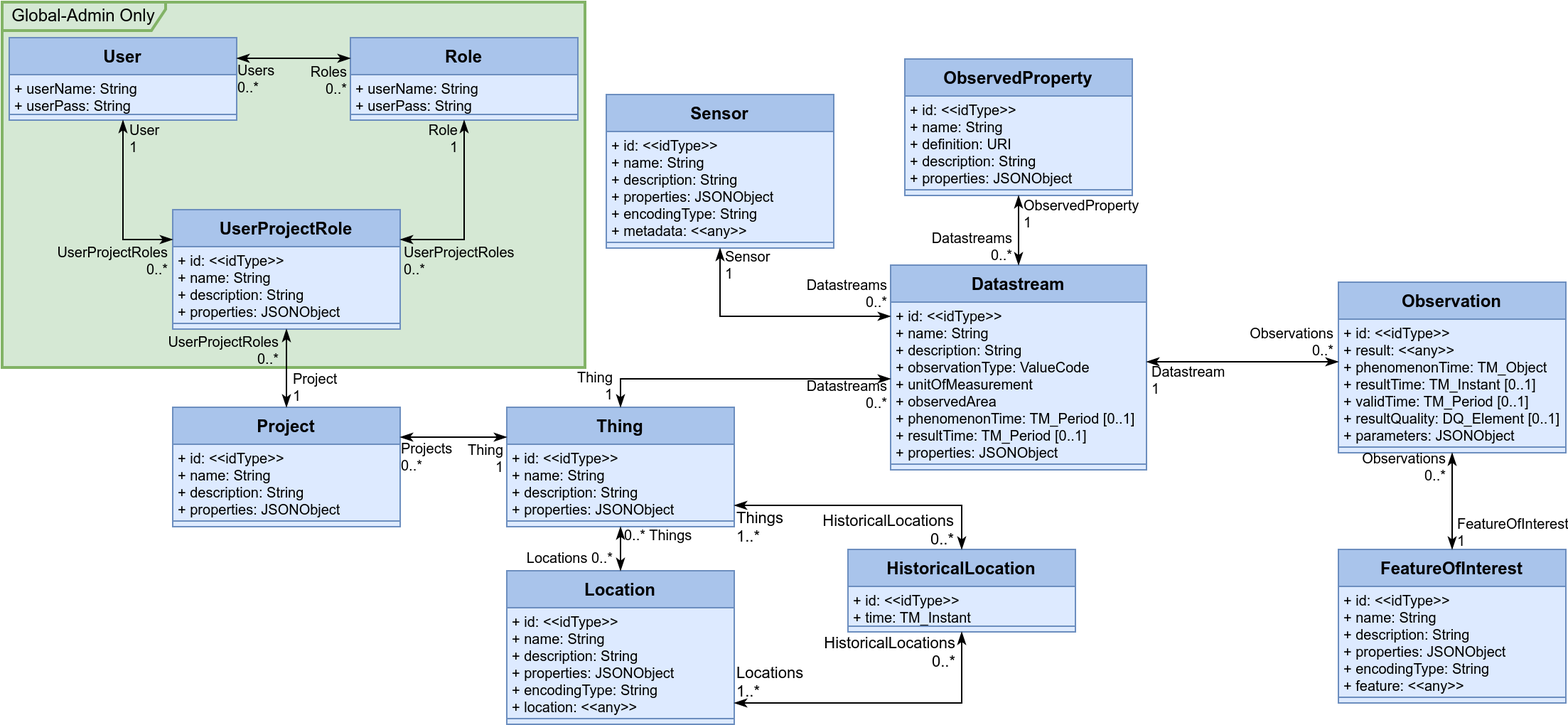
Earlier version of the draw.io export Datamodel-SensorThingsApi-SecurityTest.drawio.png (hylkevds/FROST-Server.Plugin.SecurityTest). Source tidied: cells renumbered, new cells last; positions are measured from the earlier drawing's top-left corner, leaving out a move shared by most shapes.
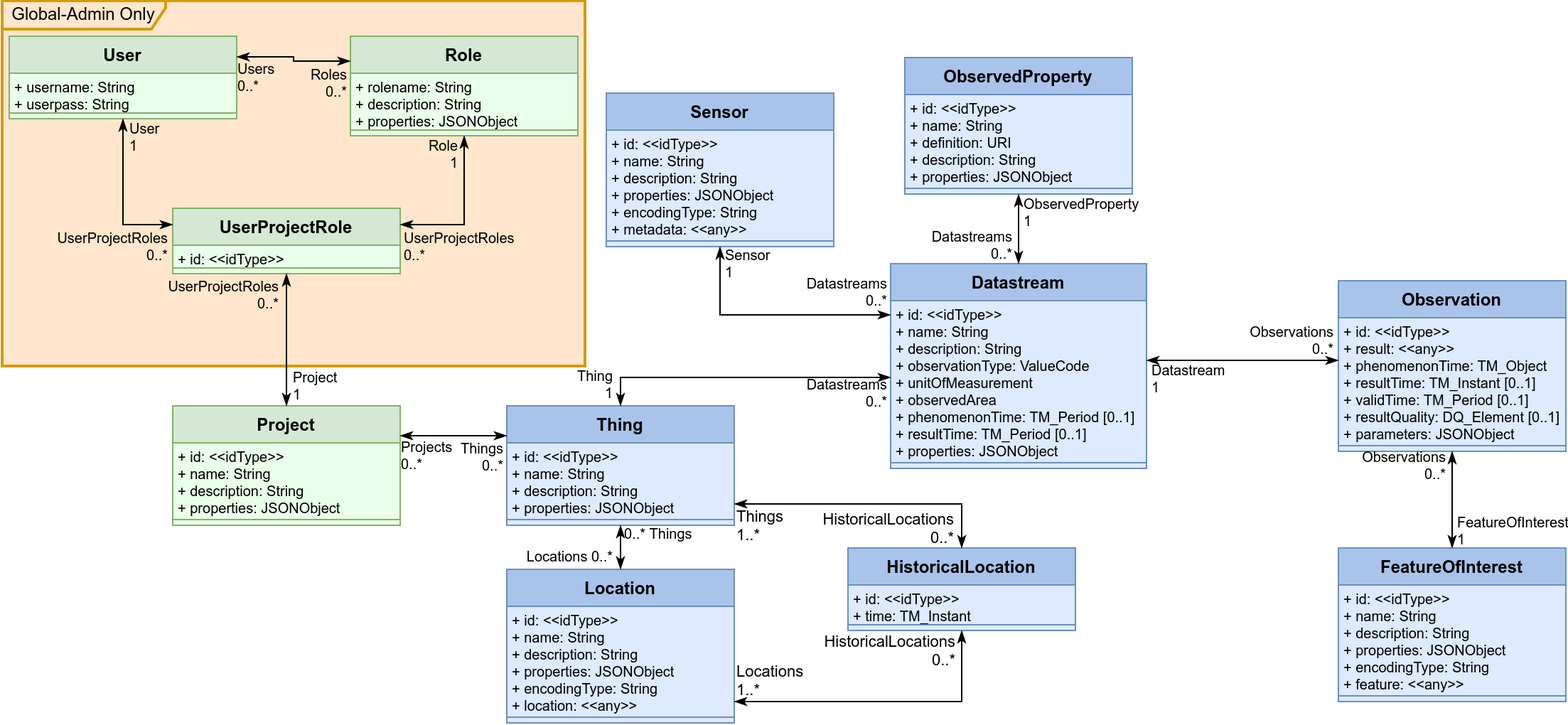
After the commit.

Diff of the diagram source:
```diff
@@ -2,7 +2,7 @@
   <root>
     <mxCell id="0" />
     <mxCell id="1" parent="0" />
-    <mxCell id="2" value="Global-Admin Only" style="shape=umlFrame;whiteSpace=wrap;html=1;width=115;height=20;fillColor=#d5e8d4;strokeColor=#82b366;perimeterSpacing=0;strokeWidth=2;shadow=0;labelBackgroundColor=none;swimlaneFillColor=#D5E8D4;" parent="1" vertex="1">
+    <mxCell id="2" value="Global-Admin Only" style="shape=umlFrame;whiteSpace=wrap;html=1;width=115;height=20;fillColor=#ffe6cc;strokeColor=#d79b00;perimeterSpacing=0;strokeWidth=2;shadow=0;labelBackgroundColor=none;swimlaneFillColor=#FFE6CC;" parent="1" vertex="1">
       <mxGeometry width="410" height="257" as="geometry" />
     </mxCell>
     <mxCell id="3" value="Thing" style="swimlane;fontStyle=1;align=center;verticalAlign=top;horizontal=1;startSize=26;fillColor=#A9C4EB;strokeColor=#6c8ebf;swimlaneFillColor=#DDEAFF;" parent="1" vertex="1">
@@ -290,37 +290,28 @@
         <mxPoint x="-3" y="25" as="offset" />
       </mxGeometry>
     </mxCell>
-    <mxCell id="88" value="UserProjectRole" style="swimlane;fontStyle=1;align=center;verticalAlign=top;horizontal=1;startSize=26;fillColor=#A9C4EB;strokeColor=#6c8ebf;swimlaneFillColor=#DDEAFF;" parent="1" vertex="1">
-      <mxGeometry x="120" y="146" width="160" height="84" as="geometry" />
+    <mxCell id="88" value="UserProjectRole" style="swimlane;fontStyle=1;align=center;verticalAlign=top;horizontal=1;startSize=26;fillColor=#d5e8d4;strokeColor=#82b366;swimlaneFillColor=#EAFFE9;" parent="1" vertex="1">
+      <mxGeometry x="120" y="146" width="160" height="46" as="geometry" />
     </mxCell>
     <mxCell id="89" value="+ id: &lt;&lt;idType&gt;&gt;" style="text;strokeColor=none;fillColor=none;align=left;verticalAlign=top;spacingLeft=4;spacingRight=4;overflow=hidden;fontSize=10;spacing=0;" parent="88" vertex="1">
       <mxGeometry y="26" width="160" height="12" as="geometry" />
     </mxCell>
-    <mxCell id="90" value="+ name: String" style="text;strokeColor=none;fillColor=none;align=left;verticalAlign=top;spacingLeft=4;spacingRight=4;overflow=hidden;fontSize=10;spacing=0;" parent="88" vertex="1">
-      <mxGeometry y="38" width="160" height="12" as="geometry" />
-    </mxCell>
-    <mxCell id="91" value="+ description: String" style="text;strokeColor=none;fillColor=none;align=left;verticalAlign=top;spacingLeft=4;spacingRight=4;overflow=hidden;fontSize=10;spacing=0;" parent="88" vertex="1">
-      <mxGeometry y="50" width="160" height="12" as="geometry" />
-    </mxCell>
-    <mxCell id="92" value="+ properties: JSONObject" style="text;strokeColor=none;fillColor=none;align=left;verticalAlign=top;spacingLeft=4;spacingRight=4;overflow=hidden;fontSize=10;spacing=0;" parent="88" vertex="1">
-      <mxGeometry y="62" width="160" height="14" as="geometry" />
-    </mxCell>
-    <mxCell id="93" style="line;strokeWidth=1;fillColor=#dae8fc;align=left;verticalAlign=middle;spacingTop=-1;spacingLeft=3;spacingRight=3;labelPosition=right;strokeColor=#6c8ebf;" parent="88" vertex="1">
-      <mxGeometry y="76" width="160" height="8" as="geometry" />
+    <mxCell id="93" style="line;strokeWidth=1;fillColor=#d5e8d4;align=left;verticalAlign=middle;spacingTop=-1;spacingLeft=3;spacingRight=3;labelPosition=right;strokeColor=#82b366;" parent="88" vertex="1">
+      <mxGeometry y="38" width="160" height="8" as="geometry" />
     </mxCell>
-    <mxCell id="94" value="User" style="swimlane;fontStyle=1;align=center;verticalAlign=top;horizontal=1;startSize=26;fillColor=#A9C4EB;strokeColor=#6c8ebf;swimlaneFillColor=#DDEAFF;" parent="1" vertex="1">
+    <mxCell id="94" value="User" style="swimlane;fontStyle=1;align=center;verticalAlign=top;horizontal=1;startSize=26;fillColor=#d5e8d4;strokeColor=#82b366;swimlaneFillColor=#EAFFE9;" parent="1" vertex="1">
       <mxGeometry x="5" y="25" width="160" height="58" as="geometry" />
     </mxCell>
-    <mxCell id="95" value="+ userName: String" style="text;strokeColor=none;fillColor=none;align=left;verticalAlign=top;spacingLeft=4;spacingRight=4;overflow=hidden;fontSize=10;spacing=0;" parent="94" vertex="1">
+    <mxCell id="95" value="+ username: String" style="text;strokeColor=none;fillColor=none;align=left;verticalAlign=top;spacingLeft=4;spacingRight=4;overflow=hidden;fontSize=10;spacing=0;" parent="94" vertex="1">
       <mxGeometry y="26" width="160" height="12" as="geometry" />
     </mxCell>
-    <mxCell id="96" value="+ userPass: String" style="text;strokeColor=none;fillColor=none;align=left;verticalAlign=top;spacingLeft=4;spacingRight=4;overflow=hidden;fontSize=10;spacing=0;" parent="94" vertex="1">
+    <mxCell id="96" value="+ userpass: String" style="text;strokeColor=none;fillColor=none;align=left;verticalAlign=top;spacingLeft=4;spacingRight=4;overflow=hidden;fontSize=10;spacing=0;" parent="94" vertex="1">
       <mxGeometry y="38" width="160" height="12" as="geometry" />
     </mxCell>
-    <mxCell id="97" style="line;strokeWidth=1;fillColor=#dae8fc;align=left;verticalAlign=middle;spacingTop=-1;spacingLeft=3;spacingRight=3;labelPosition=right;strokeColor=#6c8ebf;" parent="94" vertex="1">
+    <mxCell id="97" style="line;strokeWidth=1;fillColor=#d5e8d4;align=left;verticalAlign=middle;spacingTop=-1;spacingLeft=3;spacingRight=3;labelPosition=right;strokeColor=#82b366;" parent="94" vertex="1">
       <mxGeometry y="50" width="160" height="8" as="geometry" />
     </mxCell>
-    <mxCell id="98" value="Project" style="swimlane;fontStyle=1;align=center;verticalAlign=top;horizontal=1;startSize=26;fillColor=#A9C4EB;strokeColor=#6c8ebf;swimlaneFillColor=#DDEAFF;" parent="1" vertex="1">
+    <mxCell id="98" value="Project" style="swimlane;fontStyle=1;align=center;verticalAlign=top;horizontal=1;startSize=26;fillColor=#d5e8d4;strokeColor=#82b366;swimlaneFillColor=#EAFFE9;" parent="1" vertex="1">
       <mxGeometry x="120" y="285" width="160" height="84" as="geometry" />
     </mxCell>
     <mxCell id="99" value="+ id: &lt;&lt;idType&gt;&gt;" style="text;strokeColor=none;fillColor=none;align=left;verticalAlign=top;spacingLeft=4;spacingRight=4;overflow=hidden;fontSize=10;spacing=0;" parent="98" vertex="1">
@@ -335,25 +326,28 @@
     <mxCell id="102" value="+ properties: JSONObject" style="text;strokeColor=none;fillColor=none;align=left;verticalAlign=top;spacingLeft=4;spacingRight=4;overflow=hidden;fontSize=10;spacing=0;" parent="98" vertex="1">
       <mxGeometry y="62" width="160" height="14" as="geometry" />
     </mxCell>
-    <mxCell id="103" style="line;strokeWidth=1;fillColor=#dae8fc;align=left;verticalAlign=middle;spacingTop=-1;spacingLeft=3;spacingRight=3;labelPosition=right;strokeColor=#6c8ebf;" parent="98" vertex="1">
+    <mxCell id="103" style="line;strokeWidth=1;fillColor=#d5e8d4;align=left;verticalAlign=middle;spacingTop=-1;spacingLeft=3;spacingRight=3;labelPosition=right;strokeColor=#82b366;" parent="98" vertex="1">
       <mxGeometry y="76" width="160" height="8" as="geometry" />
     </mxCell>
-    <mxCell id="104" value="Role" style="swimlane;fontStyle=1;align=center;verticalAlign=top;horizontal=1;startSize=26;fillColor=#A9C4EB;strokeColor=#6c8ebf;swimlaneFillColor=#DDEAFF;" parent="1" vertex="1">
-      <mxGeometry x="245" y="25" width="160" height="58" as="geometry" />
+    <mxCell id="104" value="Role" style="swimlane;fontStyle=1;align=center;verticalAlign=top;horizontal=1;startSize=26;fillColor=#d5e8d4;strokeColor=#82b366;swimlaneFillColor=#EAFFE9;" parent="1" vertex="1">
+      <mxGeometry x="245" y="25" width="160" height="70" as="geometry" />
     </mxCell>
-    <mxCell id="105" value="+ userName: String" style="text;strokeColor=none;fillColor=none;align=left;verticalAlign=top;spacingLeft=4;spacingRight=4;overflow=hidden;fontSize=10;spacing=0;" parent="104" vertex="1">
+    <mxCell id="105" value="+ rolename: String" style="text;strokeColor=none;fillColor=none;align=left;verticalAlign=top;spacingLeft=4;spacingRight=4;overflow=hidden;fontSize=10;spacing=0;" parent="104" vertex="1">
       <mxGeometry y="26" width="160" height="12" as="geometry" />
     </mxCell>
-    <mxCell id="106" value="+ userPass: String" style="text;strokeColor=none;fillColor=none;align=left;verticalAlign=top;spacingLeft=4;spacingRight=4;overflow=hidden;fontSize=10;spacing=0;" parent="104" vertex="1">
+    <mxCell id="106" value="+ description: String" style="text;strokeColor=none;fillColor=none;align=left;verticalAlign=top;spacingLeft=4;spacingRight=4;overflow=hidden;fontSize=10;spacing=0;" parent="104" vertex="1">
       <mxGeometry y="38" width="160" height="12" as="geometry" />
     </mxCell>
+    <mxCell id="92" value="+ properties: JSONObject" style="text;strokeColor=none;fillColor=none;align=left;verticalAlign=top;spacingLeft=4;spacingRight=4;overflow=hidden;fontSize=10;spacing=0;" parent="104" vertex="1">
+      <mxGeometry y="50" width="160" height="12" as="geometry" />
+    </mxCell>
-    <mxCell id="107" style="line;strokeWidth=1;fillColor=#dae8fc;align=left;verticalAlign=middle;spacingTop=-1;spacingLeft=3;spacingRight=3;labelPosition=right;strokeColor=#6c8ebf;" parent="104" vertex="1">
-      <mxGeometry y="50" width="160" height="8" as="geometry" />
+    <mxCell id="107" style="line;strokeWidth=1;fillColor=#d5e8d4;align=left;verticalAlign=middle;spacingTop=-1;spacingLeft=3;spacingRight=3;labelPosition=right;strokeColor=#82b366;" parent="104" vertex="1">
+      <mxGeometry y="62" width="160" height="8" as="geometry" />
     </mxCell>
     <mxCell id="108" style="endArrow=classicThin;html=1;edgeStyle=orthogonalEdgeStyle;rounded=0;fontSize=10;exitX=0;exitY=0.25;exitDx=0;exitDy=0;startArrow=classicThin;startFill=1;endFill=1;entryX=1;entryY=0.25;entryDx=0;entryDy=0;" parent="1" edge="1" source="3" target="98">
       <mxGeometry relative="1" as="geometry" />
     </mxCell>
-    <mxCell id="109" value="&lt;div&gt;Thing&lt;/div&gt;&lt;div&gt;1&lt;br&gt;&lt;/div&gt;" style="edgeLabel;html=1;align=right;verticalAlign=top;labelBackgroundColor=none;fontSize=10;spacing=2;spacingRight=4;" parent="108" vertex="1">
+    <mxCell id="109" value="&lt;div&gt;Things&lt;/div&gt;&lt;div&gt;0..*&lt;br&gt;&lt;/div&gt;" style="edgeLabel;html=1;align=right;verticalAlign=top;labelBackgroundColor=none;fontSize=10;spacing=2;spacingRight=4;" parent="108" vertex="1">
       <mxGeometry x="-1" relative="1" as="geometry">
         <mxPoint x="3" y="-3" as="offset" />
       </mxGeometry>
```
